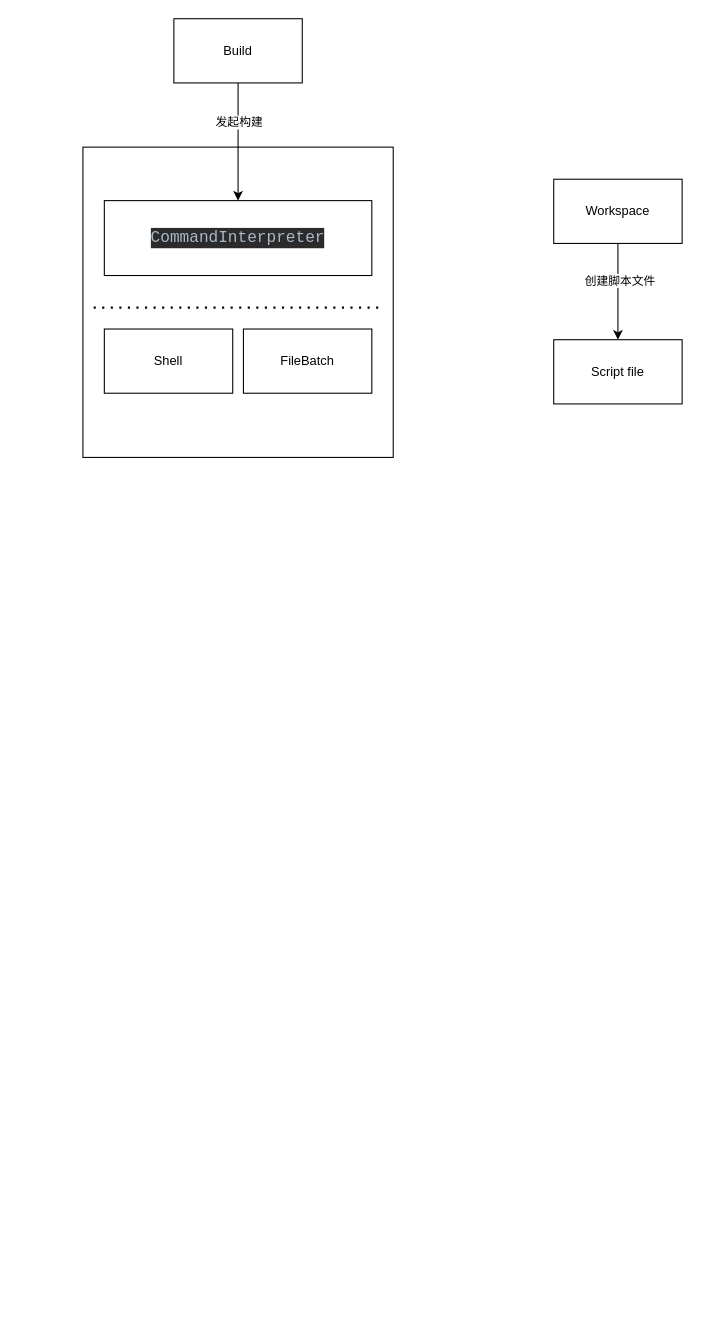
This is jenkins/jenkins cmds.drawio from cherishsince/diagrams.net, a draw.io file, before an edit. Source tidied: cells renumbered, new cells numbered last; positions are measured from the earlier drawing's top-left corner, leaving out a move shared by most shapes. Both pictures are drawn from the tidied source at 107%, with x=0, y=0 at pixel (82, 18).
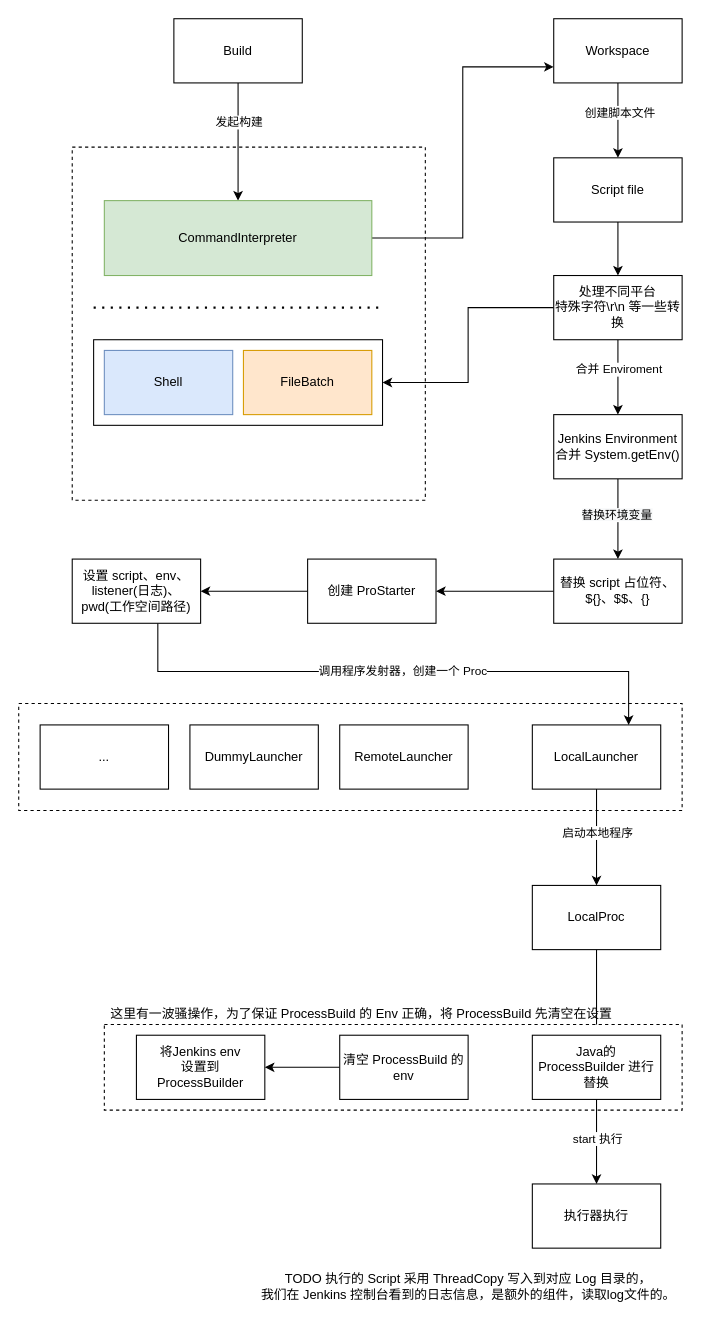
Above is the later version.

The edit, as a diff of the source:
```diff
@@
+    <mxCell id="14" style="group;" parent="1" vertex="1">
+      <mxGeometry x="-60" y="640" width="620" height="100" as="geometry" />
+    </mxCell>
+    <mxCell id="15" style="rounded=0;whiteSpace=wrap;html=1;dashed=1;" parent="14" vertex="1">
+      <mxGeometry width="620" height="100" as="geometry" />
+    </mxCell>
+    <mxCell id="16" value="LocalLauncher" style="rounded=0;whiteSpace=wrap;html=1;" parent="14" vertex="1">
+      <mxGeometry x="480" y="20" width="120" height="60" as="geometry" />
+    </mxCell>
+    <mxCell id="17" value="RemoteLauncher" style="rounded=0;whiteSpace=wrap;html=1;" parent="14" vertex="1">
+      <mxGeometry x="300" y="20" width="120" height="60" as="geometry" />
+    </mxCell>
+    <mxCell id="18" value="DummyLauncher" style="rounded=0;whiteSpace=wrap;html=1;" parent="14" vertex="1">
+      <mxGeometry x="160" y="20" width="120" height="60" as="geometry" />
+    </mxCell>
+    <mxCell id="19" value="..." style="rounded=0;whiteSpace=wrap;html=1;" parent="14" vertex="1">
+      <mxGeometry x="20" y="20" width="120" height="60" as="geometry" />
+    </mxCell>
-    <mxCell id="2" style="whiteSpace=wrap;html=1;" parent="1" vertex="1">
-      <mxGeometry y="120" width="290" height="290" as="geometry" />
+    <mxCell id="2" style="whiteSpace=wrap;html=1;dashed=1;" parent="1" vertex="1">
+      <mxGeometry x="-10" y="120" width="330" height="330" as="geometry" />
     </mxCell>
-    <mxCell id="3" value="FileBatch" style="rounded=0;whiteSpace=wrap;html=1;" parent="1" vertex="1">
-      <mxGeometry x="150" y="290" width="120" height="60" as="geometry" />
-    </mxCell>
@@
-    <mxCell id="7" value="Shell" style="rounded=0;whiteSpace=wrap;html=1;" parent="1" vertex="1">
-      <mxGeometry x="20" y="290" width="120" height="60" as="geometry" />
-    </mxCell>
+    <mxCell id="20" style="edgeStyle=orthogonalEdgeStyle;rounded=0;jettySize=auto;html=1;entryX=0;entryY=0.75;entryDx=0;entryDy=0;" parent="1" edge="1" source="8" target="11">
+      <mxGeometry relative="1" as="geometry" />
+    </mxCell>
-    <mxCell id="8" value="&lt;pre style=&quot;background-color: #2b2b2b ; color: #a9b7c6 ; font-family: &amp;#34;jetbrains mono&amp;#34; , monospace ; font-size: 11.3pt&quot;&gt;CommandInterpreter&lt;/pre&gt;" style="rounded=0;whiteSpace=wrap;html=1;" parent="1" vertex="1">
+    <mxCell id="8" value="&lt;span&gt;CommandInterpreter&lt;/span&gt;" style="rounded=0;whiteSpace=wrap;html=1;fillColor=#d5e8d4;strokeColor=#82b366;" parent="1" vertex="1">
       <mxGeometry x="20" y="170" width="250" height="70" as="geometry" />
     </mxCell>
@@
     <mxCell id="11" value="Workspace" style="rounded=0;whiteSpace=wrap;html=1;" parent="1" vertex="1">
-      <mxGeometry x="440" y="150" width="120" height="60" as="geometry" />
+      <mxGeometry x="440" width="120" height="60" as="geometry" />
     </mxCell>
@@
+    <mxCell id="21" style="edgeStyle=orthogonalEdgeStyle;rounded=0;jettySize=auto;html=1;exitX=0.5;exitY=1;exitDx=0;exitDy=0;" parent="1" edge="1" source="40" target="26">
+      <mxGeometry relative="1" as="geometry" />
+    </mxCell>
+    <mxCell id="22" value="合并 Enviroment" style="edgeLabel;html=1;align=center;verticalAlign=middle;" parent="21" vertex="1">
+      <mxGeometry x="-0.38" y="1" relative="1" as="geometry">
+        <mxPoint x="-1" y="5" as="offset" />
+      </mxGeometry>
+    </mxCell>
+    <mxCell id="23" style="edgeStyle=orthogonalEdgeStyle;rounded=0;jettySize=auto;html=1;" parent="1" edge="1" source="13" target="40">
+      <mxGeometry relative="1" as="geometry" />
+    </mxCell>
     <mxCell id="13" value="Script file" style="rounded=0;whiteSpace=wrap;html=1;" parent="1" vertex="1">
-      <mxGeometry x="440" y="300" width="120" height="60" as="geometry" />
+      <mxGeometry x="440" y="130" width="120" height="60" as="geometry" />
     </mxCell>
+    <mxCell id="24" style="edgeStyle=orthogonalEdgeStyle;rounded=0;jettySize=auto;html=1;" parent="1" edge="1" source="26" target="28">
+      <mxGeometry relative="1" as="geometry" />
+    </mxCell>
+    <mxCell id="25" value="&lt;span style=&quot;background-color: rgb(248 , 249 , 250)&quot;&gt;替换环境变量&lt;/span&gt;" style="edgeLabel;html=1;align=center;verticalAlign=middle;" parent="24" vertex="1">
+      <mxGeometry x="-0.12" y="-2" relative="1" as="geometry" />
+    </mxCell>
+    <mxCell id="26" value="Jenkins Environment&lt;br&gt;合并 System.getEnv()" style="rounded=0;whiteSpace=wrap;html=1;" parent="1" vertex="1">
+      <mxGeometry x="440" y="370" width="120" height="60" as="geometry" />
+    </mxCell>
+    <mxCell id="27" style="edgeStyle=orthogonalEdgeStyle;rounded=0;jettySize=auto;html=1;" parent="1" edge="1" source="28" target="30">
+      <mxGeometry relative="1" as="geometry" />
+    </mxCell>
+    <mxCell id="28" value="替换 script&amp;nbsp;&lt;span&gt;占位符、&lt;/span&gt;&lt;span&gt;${}、$$、{}&lt;/span&gt;" style="rounded=0;whiteSpace=wrap;html=1;" parent="1" vertex="1">
+      <mxGeometry x="440" y="505" width="120" height="60" as="geometry" />
+    </mxCell>
+    <mxCell id="29" style="edgeStyle=orthogonalEdgeStyle;rounded=0;jettySize=auto;html=1;" parent="1" edge="1" source="30" target="33">
+      <mxGeometry relative="1" as="geometry" />
+    </mxCell>
+    <mxCell id="30" value="创建 ProStarter" style="rounded=0;whiteSpace=wrap;html=1;" parent="1" vertex="1">
+      <mxGeometry x="210" y="505" width="120" height="60" as="geometry" />
+    </mxCell>
+    <mxCell id="31" style="edgeStyle=orthogonalEdgeStyle;rounded=0;jettySize=auto;html=1;" parent="1" edge="1" source="33" target="16">
+      <mxGeometry relative="1" as="geometry">
+        <Array as="points">
+          <mxPoint x="70" y="610" />
+          <mxPoint x="510" y="610" />
+        </Array>
+      </mxGeometry>
+    </mxCell>
+    <mxCell id="32" value="调用程序发射器，创建一个 Proc" style="edgeLabel;html=1;align=center;verticalAlign=middle;" parent="31" vertex="1">
+      <mxGeometry x="0.02" y="1" relative="1" as="geometry" />
+    </mxCell>
+    <mxCell id="33" value="设置 script、env、listener(日志)、pwd(工作空间路径)" style="rounded=0;whiteSpace=wrap;html=1;" parent="1" vertex="1">
+      <mxGeometry x="-10" y="505" width="120" height="60" as="geometry" />
+    </mxCell>
+    <mxCell id="34" style="edgeStyle=orthogonalEdgeStyle;rounded=0;jettySize=auto;html=1;" parent="1" edge="1" source="35" target="45">
+      <mxGeometry relative="1" as="geometry" />
+    </mxCell>
+    <mxCell id="35" value="LocalProc" style="rounded=0;whiteSpace=wrap;html=1;" parent="1" vertex="1">
+      <mxGeometry x="420" y="810" width="120" height="60" as="geometry" />
+    </mxCell>
+    <mxCell id="36" style="edgeStyle=orthogonalEdgeStyle;rounded=0;jettySize=auto;html=1;entryX=0.5;entryY=0;entryDx=0;entryDy=0;" parent="1" edge="1" source="16" target="35">
+      <mxGeometry relative="1" as="geometry" />
+    </mxCell>
+    <mxCell id="37" value="启动本地程序" style="edgeLabel;html=1;align=center;verticalAlign=middle;" parent="36" vertex="1">
+      <mxGeometry x="-0.27" y="2" relative="1" as="geometry">
+        <mxPoint x="-2" y="7" as="offset" />
+      </mxGeometry>
+    </mxCell>
+    <mxCell id="38" value="执行器执行" style="rounded=0;whiteSpace=wrap;html=1;shadow=0;direction=west;" parent="1" vertex="1">
+      <mxGeometry x="420" y="1089" width="120" height="60" as="geometry" />
+    </mxCell>
+    <mxCell id="39" style="edgeStyle=orthogonalEdgeStyle;rounded=0;jettySize=auto;html=1;entryX=1;entryY=0.5;entryDx=0;entryDy=0;" parent="1" edge="1" source="40" target="42">
+      <mxGeometry relative="1" as="geometry" />
+    </mxCell>
+    <mxCell id="40" value="处理不同平台&lt;br&gt;特殊字符\r\n 等一些转换" style="rounded=0;whiteSpace=wrap;html=1;shadow=0;" parent="1" vertex="1">
+      <mxGeometry x="440" y="240" width="120" height="60" as="geometry" />
+    </mxCell>
+    <mxCell id="41" style="group;" parent="1" vertex="1">
+      <mxGeometry x="10" y="300" width="270" height="80" as="geometry" />
+    </mxCell>
+    <mxCell id="42" style="rounded=0;whiteSpace=wrap;html=1;shadow=0;" parent="41" vertex="1">
+      <mxGeometry width="270" height="80" as="geometry" />
+    </mxCell>
+    <mxCell id="3" value="FileBatch" style="rounded=0;whiteSpace=wrap;html=1;fillColor=#ffe6cc;strokeColor=#d79b00;" parent="41" vertex="1">
+      <mxGeometry x="140" y="10" width="120" height="60" as="geometry" />
+    </mxCell>
+    <mxCell id="7" value="Shell" style="rounded=0;whiteSpace=wrap;html=1;fillColor=#dae8fc;strokeColor=#6c8ebf;" parent="41" vertex="1">
+      <mxGeometry x="10" y="10" width="120" height="60" as="geometry" />
+    </mxCell>
+    <mxCell id="43" style="group;" parent="1" vertex="1">
+      <mxGeometry x="20" y="920" width="540" height="100" as="geometry" />
+    </mxCell>
+    <mxCell id="44" style="rounded=0;whiteSpace=wrap;html=1;dashed=1;" parent="43" vertex="1">
+      <mxGeometry y="20" width="540" height="80" as="geometry" />
+    </mxCell>
+    <mxCell id="45" value="Java的&lt;br&gt;ProcessBuilder 进行替换" style="rounded=0;whiteSpace=wrap;html=1;" parent="43" vertex="1">
+      <mxGeometry x="400" y="30" width="120" height="60" as="geometry" />
+    </mxCell>
+    <mxCell id="46" value="这里有一波骚操作，为了保证 ProcessBuild 的 Env 正确，将 ProcessBuild 先清空在设置" style="text;html=1;align=center;verticalAlign=middle;strokeColor=none;" parent="43" vertex="1">
+      <mxGeometry width="480" height="20" as="geometry" />
+    </mxCell>
+    <mxCell id="47" value="将Jenkins env&lt;br&gt;设置到 ProcessBuilder" style="rounded=0;whiteSpace=wrap;html=1;" parent="43" vertex="1">
+      <mxGeometry x="30" y="30" width="120" height="60" as="geometry" />
+    </mxCell>
+    <mxCell id="48" style="edgeStyle=orthogonalEdgeStyle;rounded=0;jettySize=auto;html=1;" parent="43" edge="1" source="49" target="47">
+      <mxGeometry x="-60" y="20" as="geometry" />
+    </mxCell>
+    <mxCell id="49" value="清空 ProcessBuild 的 env" style="rounded=0;whiteSpace=wrap;html=1;" parent="43" vertex="1">
+      <mxGeometry x="220" y="30" width="120" height="60" as="geometry" />
+    </mxCell>
+    <mxCell id="50" style="edgeStyle=orthogonalEdgeStyle;rounded=0;jettySize=auto;html=1;" parent="1" edge="1" source="45" target="38">
+      <mxGeometry relative="1" as="geometry" />
+    </mxCell>
+    <mxCell id="51" value="start 执行" style="edgeLabel;html=1;align=center;verticalAlign=middle;" parent="50" vertex="1">
+      <mxGeometry x="-0.09" relative="1" as="geometry" />
+    </mxCell>
+    <mxCell id="52" value="TODO 执行的 Script 采用 ThreadCopy 写入到对应 Log 目录的，&lt;br&gt;我们在 Jenkins 控制台看到的日志信息，是额外的组件，读取log文件的。" style="text;html=1;align=center;verticalAlign=middle;strokeColor=none;" parent="1" vertex="1">
+      <mxGeometry x="160" y="1170" width="400" height="30" as="geometry" />
+    </mxCell>
```
